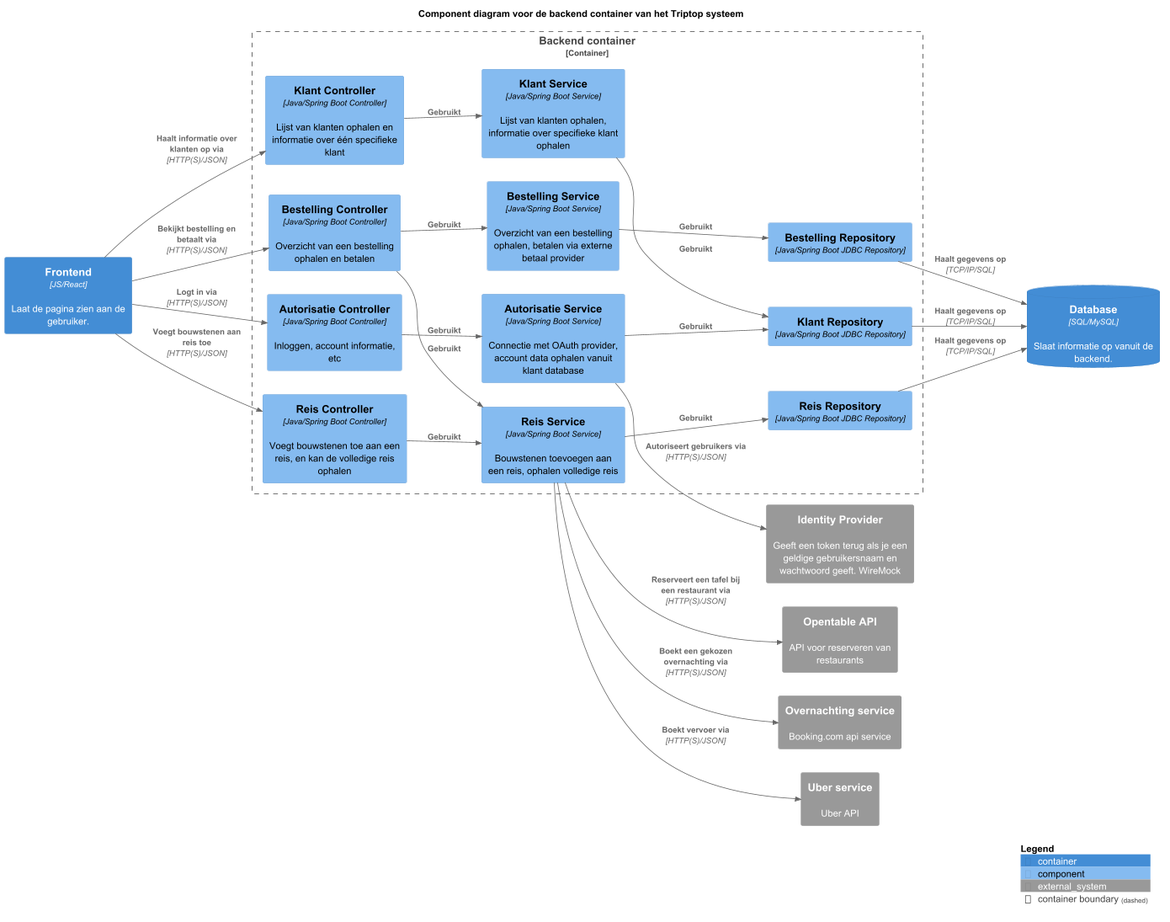
Earlier version of the PlantUML export opdracht-diagrammen/3Component/Backend-components.png (AIM-ENE-feb25/triptop-groep-b5). Source of this version:
```plantuml
@startuml

!include <C4/C4>
!include <C4/C4_Context>
!include <C4/C4_Container>
!include <C4/C4_Component>

left to right direction
SHOW_PERSON_OUTLINE()

AddRelTag("sync/async", $textColor=$ARROW_FONT_COLOR, $lineColor=$ARROW_COLOR, $lineStyle=DottedLine())

title Component diagram voor de backend container van het Triptop systeem

Container(frontend, "Frontend", $techn="JS/React", $descr="Laat de pagina zien aan de gebruiker.", $tags="", $link="")
ContainerDb(db, "Database", $techn="SQL/MySQL", $descr="Slaat informatie op vanuit de backend.", $tags="", $link="")

System_Ext(wiremock, "Identity Provider", "Geeft een token terug als je een geldige gebruikersnaam en wachtwoord geeft. WireMock")
System_Ext(opentable, "Opentable API", "API voor reserveren van restaurants")
System_Ext(overnachting, "Overnachting service", "Booking.com api service")
System_Ext(uber, "Uber service", "Uber API")

Container_Boundary("key_boundary", "Backend container", $tags="") {
    Component(authController, "Autorisatie Controller", $techn="Java/Spring Boot Controller", $descr="Inloggen, account informatie, etc", $tags="", $link="")
    Component(reisController, "Reis Controller", $techn="Java/Spring Boot Controller", $descr="Voegt bouwstenen toe aan een reis, en kan de volledige reis ophalen", $tags="", $link="")
    Component(bestellingController, "Bestelling Controller", $techn="Java/Spring Boot Controller", $descr="Overzicht van een bestelling ophalen en betalen", $tags="", $link="")
    Component(klantController, "Klant Controller", $techn="Java/Spring Boot Controller", $descr="Lijst van klanten ophalen en informatie over één specifieke klant", $tags="", $link="")

    Rel(frontend, authController, "Logt in via", $techn="HTTP(S)/JSON", $tags="", $link="")
    Rel(frontend, reisController, "Voegt bouwstenen aan reis toe", $techn="HTTP(S)/JSON", $tags="", $link="")
    Rel(frontend, bestellingController, "Bekijkt bestelling en betaalt via", $techn="HTTP(S)/JSON", $tags="", $link="")
    Rel(frontend, klantController, "Haalt informatie over klanten op via", $techn="HTTP(S)/JSON", $tags="", $link="")

    Component(authService, "Autorisatie Service", $techn="Java/Spring Boot Service", $descr="Connectie met OAuth provider, account data ophalen vanuit klant database", $tags="", $link="")
    Component(reisService, "Reis Service", $techn="Java/Spring Boot Service", $descr="Bouwstenen toevoegen aan een reis, ophalen volledige reis", $tags="", $link="")
    Component(bestellingService, "Bestelling Service", $techn="Java/Spring Boot Service", $descr="Overzicht van een bestelling ophalen, betalen via externe betaal provider", $tags="", $link="")
    Component(klantService, "Klant Service", $techn="Java/Spring Boot Service", $descr="Lijst van klanten ophalen, informatie over specifieke klant ophalen", $tags="", $link="")

    Rel(authController, authService, "Gebruikt", $tags="", $link="")
    Rel(reisController, reisService, "Gebruikt", $tags="", $link="")
    Rel(bestellingController, bestellingService, "Gebruikt", $tags="", $link="")
    Rel(bestellingController, reisService, "Gebruikt", $tags="", $link="")
    Rel(klantController, klantService, "Gebruikt", $tags="", $link="")

    Component(reisRepository, "Reis Repository", $techn="Java/Spring Boot JDBC Repository", $descr="", $tags="", $link="")
    Component(bestellingRepository, "Bestelling Repository", $techn="Java/Spring Boot JDBC Repository", $descr="", $tags="", $link="")
    Component(klantRepository, "Klant Repository", $techn="Java/Spring Boot JDBC Repository", $descr="", $tags="", $link="")

    Rel(reisService, reisRepository, "Gebruikt", $tags="", $link="")
    Rel(bestellingService, bestellingRepository, "Gebruikt", $tags="", $link="")
    Rel(klantService, klantRepository, "Gebruikt", $tags="", $link="")
    Rel(authService, klantRepository, "Gebruikt", $tags="", $link="")

    Rel(reisRepository, db, "Haalt gegevens op", $techn="TCP/IP/SQL", $tags="", $link="")
    Rel(bestellingRepository, db, "Haalt gegevens op", $techn="TCP/IP/SQL", $tags="", $link="")
    Rel(klantRepository, db, "Haalt gegevens op", $techn="TCP/IP/SQL", $tags="", $link="")

    Rel(authService, wiremock, "Autoriseert gebruikers via", $techn="HTTP(S)/JSON", $tags="", $link="")
    Rel(reisService, opentable, "Reserveert een tafel bij een restaurant via", $techn="HTTP(S)/JSON", $tags="", $link="")
    Rel(reisService, overnachting, "Boekt een gekozen overnachting via", $techn="HTTP(S)/JSON", $tags="", $link="")
    Rel(reisService, uber, "Boekt vervoer via", $techn="HTTP(S)/JSON", $tags="", $link="")
}

SHOW_LEGEND()

@enduml
```
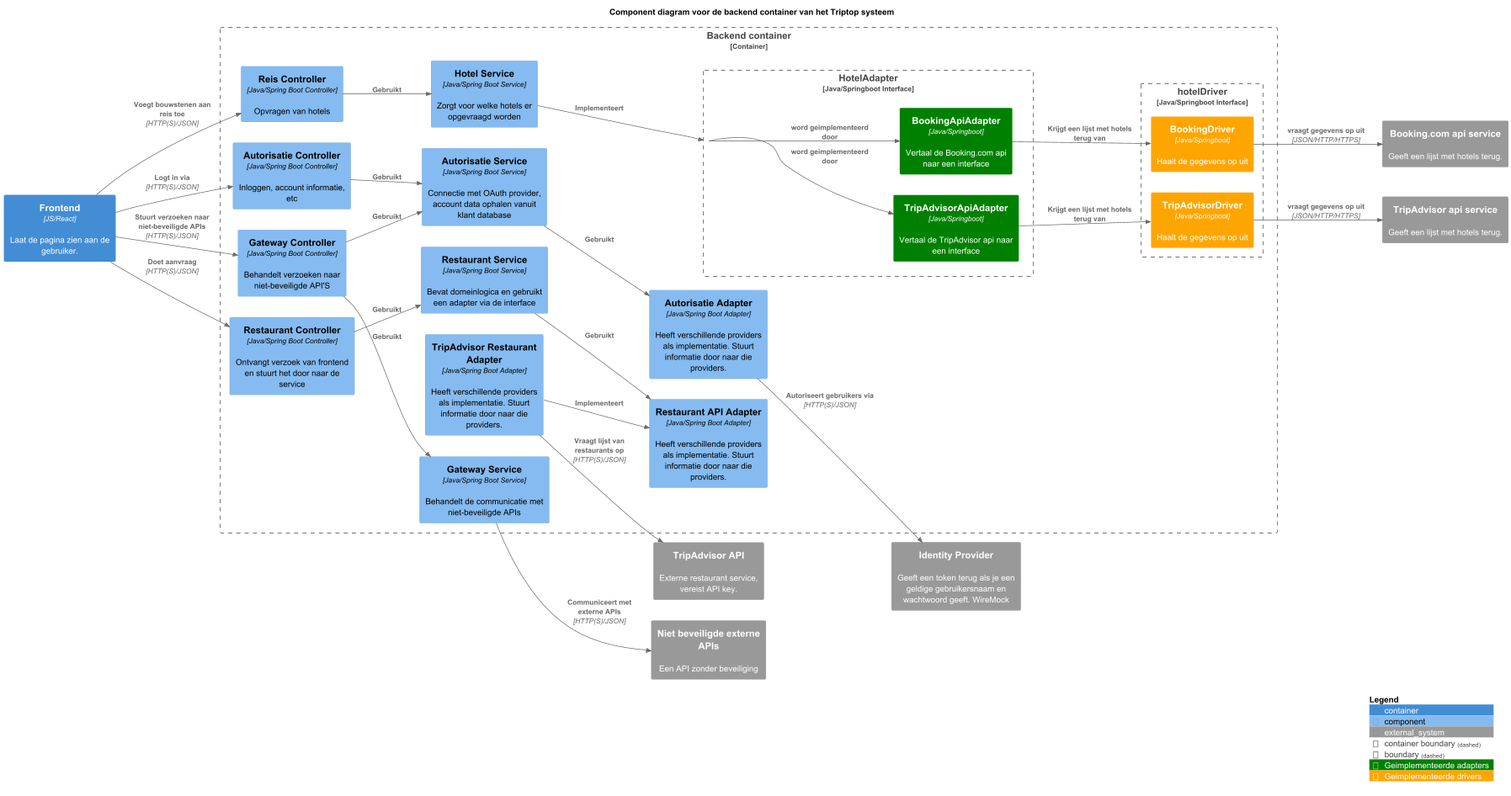
The same file after the commit.

The edit, as a diff of the source:
```diff
@@ -8,57 +8,72 @@
 left to right direction
 SHOW_PERSON_OUTLINE()
 
+AddElementTag("Geimplementeerde adapters", $bgColor="Green", $fontColor="White", $borderColor="LightGreen")
+AddElementTag("Geimplementeerde drivers", $bgColor="Orange", $fontColor="White", $borderColor="LightOrange")
 AddRelTag("sync/async", $textColor=$ARROW_FONT_COLOR, $lineColor=$ARROW_COLOR, $lineStyle=DottedLine())
 
 title Component diagram voor de backend container van het Triptop systeem
 
 Container(frontend, "Frontend", $techn="JS/React", $descr="Laat de pagina zien aan de gebruiker.", $tags="", $link="")
-ContainerDb(db, "Database", $techn="SQL/MySQL", $descr="Slaat informatie op vanuit de backend.", $tags="", $link="")
 
 System_Ext(wiremock, "Identity Provider", "Geeft een token terug als je een geldige gebruikersnaam en wachtwoord geeft. WireMock")
-System_Ext(opentable, "Opentable API", "API voor reserveren van restaurants")
-System_Ext(overnachting, "Overnachting service", "Booking.com api service")
-System_Ext(uber, "Uber service", "Uber API")
+System_Ext(extapi, "Niet beveiligde externe APIs", "Een API zonder beveiliging")
+System_Ext(tripadvisor, "TripAdvisor API", "Externe restaurant service, vereist API key.")
+
+System_Ext(bookingApi, "Booking.com api service", "Geeft een lijst met hotels terug.")
+System_Ext(tripadvisorApi, "TripAdvisor api service", "Geeft een lijst met hotels terug.")
 
 Container_Boundary("key_boundary", "Backend container", $tags="") {
     Component(authController, "Autorisatie Controller", $techn="Java/Spring Boot Controller", $descr="Inloggen, account informatie, etc", $tags="", $link="")
-    Component(reisController, "Reis Controller", $techn="Java/Spring Boot Controller", $descr="Voegt bouwstenen toe aan een reis, en kan de volledige reis ophalen", $tags="", $link="")
-    Component(bestellingController, "Bestelling Controller", $techn="Java/Spring Boot Controller", $descr="Overzicht van een bestelling ophalen en betalen", $tags="", $link="")
-    Component(klantController, "Klant Controller", $techn="Java/Spring Boot Controller", $descr="Lijst van klanten ophalen en informatie over één specifieke klant", $tags="", $link="")
+    Component(gatewayController, "Gateway Controller", $techn="Java/Spring Boot Controller", $descr="Behandelt verzoeken naar niet-beveiligde API'S", $tags="", $link="")
+    Component(restaurantController, "Restaurant Controller", $techn="Java/Spring Boot Controller", $descr="Ontvangt verzoek van frontend en stuurt het door naar de service", $tags="", $link="")
+    Component(reisController, "Reis Controller", $techn="Java/Spring Boot Controller", $descr="Opvragen van hotels", $tags="", $link="")
 
     Rel(frontend, authController, "Logt in via", $techn="HTTP(S)/JSON", $tags="", $link="")
+    Rel(frontend, gatewayController, "Stuurt verzoeken naar niet-beveiligde APIs", $techn="HTTP(S)/JSON", $tags="", $link="")
+    Rel(frontend, restaurantController, "Doet aanvraag", $techn="HTTP(S)/JSON", $tags="", $link="")
     Rel(frontend, reisController, "Voegt bouwstenen aan reis toe", $techn="HTTP(S)/JSON", $tags="", $link="")
-    Rel(frontend, bestellingController, "Bekijkt bestelling en betaalt via", $techn="HTTP(S)/JSON", $tags="", $link="")
-    Rel(frontend, klantController, "Haalt informatie over klanten op via", $techn="HTTP(S)/JSON", $tags="", $link="")
 
     Component(authService, "Autorisatie Service", $techn="Java/Spring Boot Service", $descr="Connectie met OAuth provider, account data ophalen vanuit klant database", $tags="", $link="")
-    Component(reisService, "Reis Service", $techn="Java/Spring Boot Service", $descr="Bouwstenen toevoegen aan een reis, ophalen volledige reis", $tags="", $link="")
-    Component(bestellingService, "Bestelling Service", $techn="Java/Spring Boot Service", $descr="Overzicht van een bestelling ophalen, betalen via externe betaal provider", $tags="", $link="")
-    Component(klantService, "Klant Service", $techn="Java/Spring Boot Service", $descr="Lijst van klanten ophalen, informatie over specifieke klant ophalen", $tags="", $link="")
+    Component(gatewayService, "Gateway Service", $techn="Java/Spring Boot Service", $descr="Behandelt de communicatie met niet-beveiligde APIs", $tags="", $link="")
+    Component(restaurantService, "Restaurant Service", $techn="Java/Spring Boot Service", $descr="Bevat domeinlogica en gebruikt een adapter via de interface", $tags="", $link="")
+    Component(hotelService, "Hotel Service", $techn="Java/Spring Boot Service", $descr="Zorgt voor welke hotels er opgevraagd worden", $tags="", $link="")
 
     Rel(authController, authService, "Gebruikt", $tags="", $link="")
-    Rel(reisController, reisService, "Gebruikt", $tags="", $link="")
-    Rel(bestellingController, bestellingService, "Gebruikt", $tags="", $link="")
-    Rel(bestellingController, reisService, "Gebruikt", $tags="", $link="")
-    Rel(klantController, klantService, "Gebruikt", $tags="", $link="")
+    Rel(gatewayController, authService, "Gebruikt", $tags="", $link="")
+    Rel(gatewayController, gatewayService, "Gebruikt", $tags="", $link="")
+    Rel(restaurantController, restaurantService, "Gebruikt", $tags="", $link="")
+    Rel(reisController, hotelService, "Gebruikt", $tags="", $link="")
 
-    Component(reisRepository, "Reis Repository", $techn="Java/Spring Boot JDBC Repository", $descr="", $tags="", $link="")
-    Component(bestellingRepository, "Bestelling Repository", $techn="Java/Spring Boot JDBC Repository", $descr="", $tags="", $link="")
-    Component(klantRepository, "Klant Repository", $techn="Java/Spring Boot JDBC Repository", $descr="", $tags="", $link="")
+    Component(authAdapter, "Autorisatie Adapter", $techn="Java/Spring Boot Adapter", $descr="Heeft verschillende providers als implementatie. Stuurt informatie door naar die providers.", $tags="", $link="")
+    Component(restaurantApiAdapter, "Restaurant API Adapter", $techn="Java/Spring Boot Adapter", $descr="Heeft verschillende providers als implementatie. Stuurt informatie door naar die providers.", $tags="", $link="")
+    Component(restaurantApiAdapterImpl, "TripAdvisor Restaurant Adapter", $techn="Java/Spring Boot Adapter", $descr="Heeft verschillende providers als implementatie. Stuurt informatie door naar die providers.", $tags="", $link="")
 
-    Rel(reisService, reisRepository, "Gebruikt", $tags="", $link="")
-    Rel(bestellingService, bestellingRepository, "Gebruikt", $tags="", $link="")
-    Rel(klantService, klantRepository, "Gebruikt", $tags="", $link="")
-    Rel(authService, klantRepository, "Gebruikt", $tags="", $link="")
+    Boundary(hoteladpt, "HotelAdapter", "Java/Springboot Interface"){
+        Component(bookingadpt, "BookingApiAdapter", "Java/Springboot", "Vertaal de Booking.com api naar een interface", $tags="Geimplementeerde adapters")
+        Component(tripadpt, "TripAdvisorApiAdapter", "Java/Springboot", "Vertaal de TripAdvisor api naar een interface", $tags="Geimplementeerde adapters")
+    }
+    Boundary(hoteldrv, "hotelDriver", "Java/Springboot Interface"){
+         Component(bookingdrv, "BookingDriver", "Java/Springboot", "Haalt de gegevens op uit", $tags="Geimplementeerde drivers")
+         Component(tripdrv, "TripAdvisorDriver", "Java/Springboot", "Haalt de gegevens op uit", $tags="Geimplementeerde drivers")
+      }
 
-    Rel(reisRepository, db, "Haalt gegevens op", $techn="TCP/IP/SQL", $tags="", $link="")
-    Rel(bestellingRepository, db, "Haalt gegevens op", $techn="TCP/IP/SQL", $tags="", $link="")
-    Rel(klantRepository, db, "Haalt gegevens op", $techn="TCP/IP/SQL", $tags="", $link="")
+    Rel(authService, authAdapter, "Gebruikt", $tags="", $link="")
+    Rel(restaurantService, restaurantApiAdapter, "Gebruikt", $tags="", $link="")
+    Rel(restaurantApiAdapterImpl, restaurantApiAdapter, "Implementeert", $tags="", $link="")
+    Rel(hotelService, hoteladpt, "Implementeert", $tags="", $link="")
+Rel(hoteladpt, bookingadpt, "word geimplementeerd door")
+Rel(hoteladpt, tripadpt, "word geimplementeerd door")
 
-    Rel(authService, wiremock, "Autoriseert gebruikers via", $techn="HTTP(S)/JSON", $tags="", $link="")
-    Rel(reisService, opentable, "Reserveert een tafel bij een restaurant via", $techn="HTTP(S)/JSON", $tags="", $link="")
-    Rel(reisService, overnachting, "Boekt een gekozen overnachting via", $techn="HTTP(S)/JSON", $tags="", $link="")
-    Rel(reisService, uber, "Boekt vervoer via", $techn="HTTP(S)/JSON", $tags="", $link="")
+
+    Rel(bookingadpt, bookingdrv, "Krijgt een lijst met hotels terug van")
+    Rel(tripadpt, tripdrv, "Krijgt een lijst met hotels terug van")
+
+    Rel(authAdapter, wiremock, "Autoriseert gebruikers via", $techn="HTTP(S)/JSON", $tags="", $link="")
+    Rel(gatewayService, extapi, "Communiceert met externe APIs", $techn="HTTP(S)/JSON", $tags="", $link="")
+    Rel(restaurantApiAdapterImpl, tripadvisor, "Vraagt lijst van restaurants op", $techn="HTTP(S)/JSON", $tags="", $link="")
+    Rel(bookingdrv, bookingApi, "vraagt gegevens op uit", "JSON/HTTP/HTTPS")
+    Rel(tripdrv, tripadvisorApi, "vraagt gegevens op uit", "JSON/HTTP/HTTPS")
 }
 
 SHOW_LEGEND()
```
